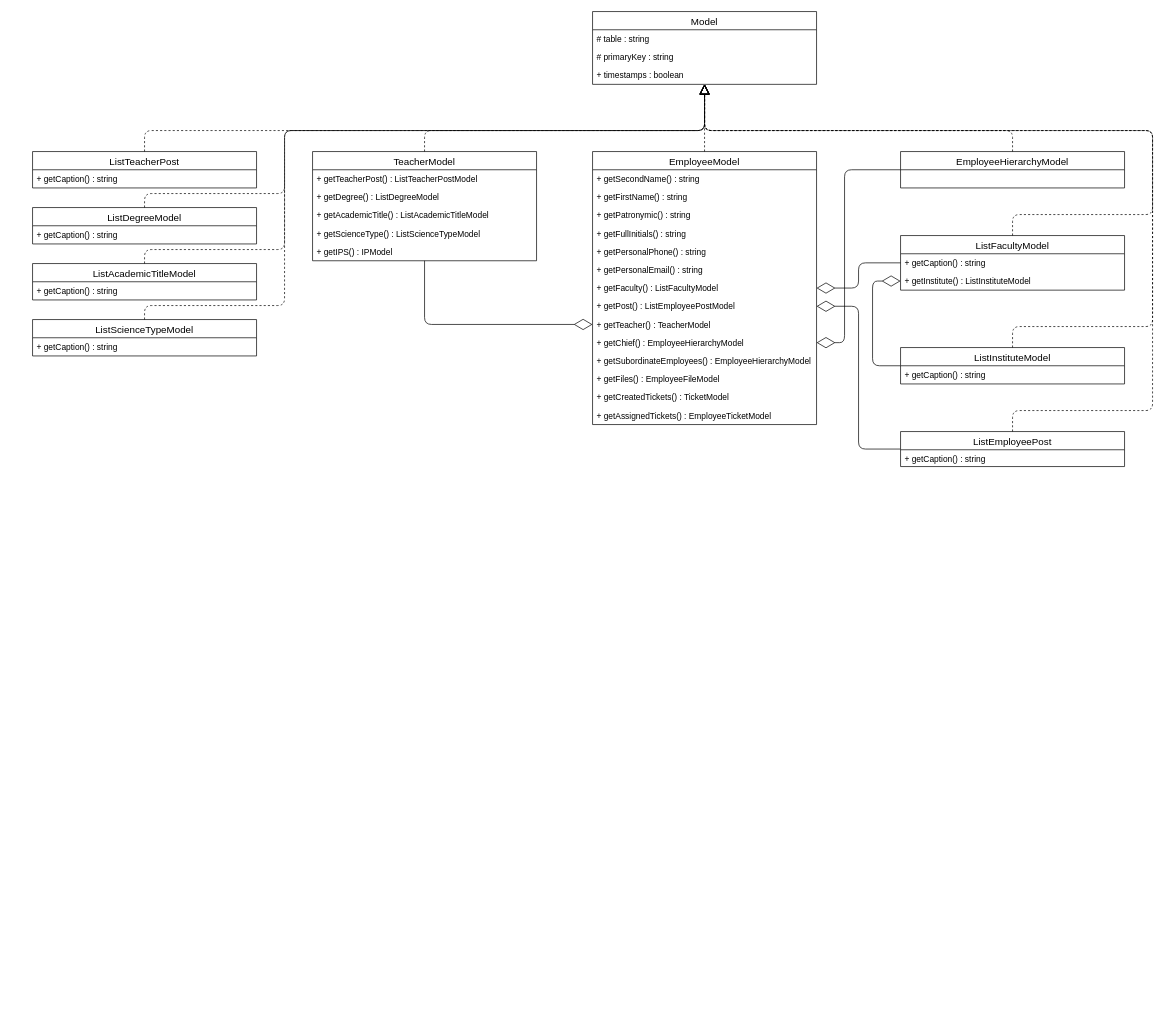
This is page "Сотрудники" (3 of 6) of docs/Пояснительная записка/media/Диаграмма классов/Диаграмма классов.drawio from pmswga/MOSIT-DD, a draw.io file, before an edit. Source tidied: cells renumbered, new cells numbered last; positions are measured from the earlier drawing's top-left corner, leaving out a move shared by most shapes. Both pictures are drawn from the tidied source at 70%, with x=0, y=0 at pixel (32, 11).
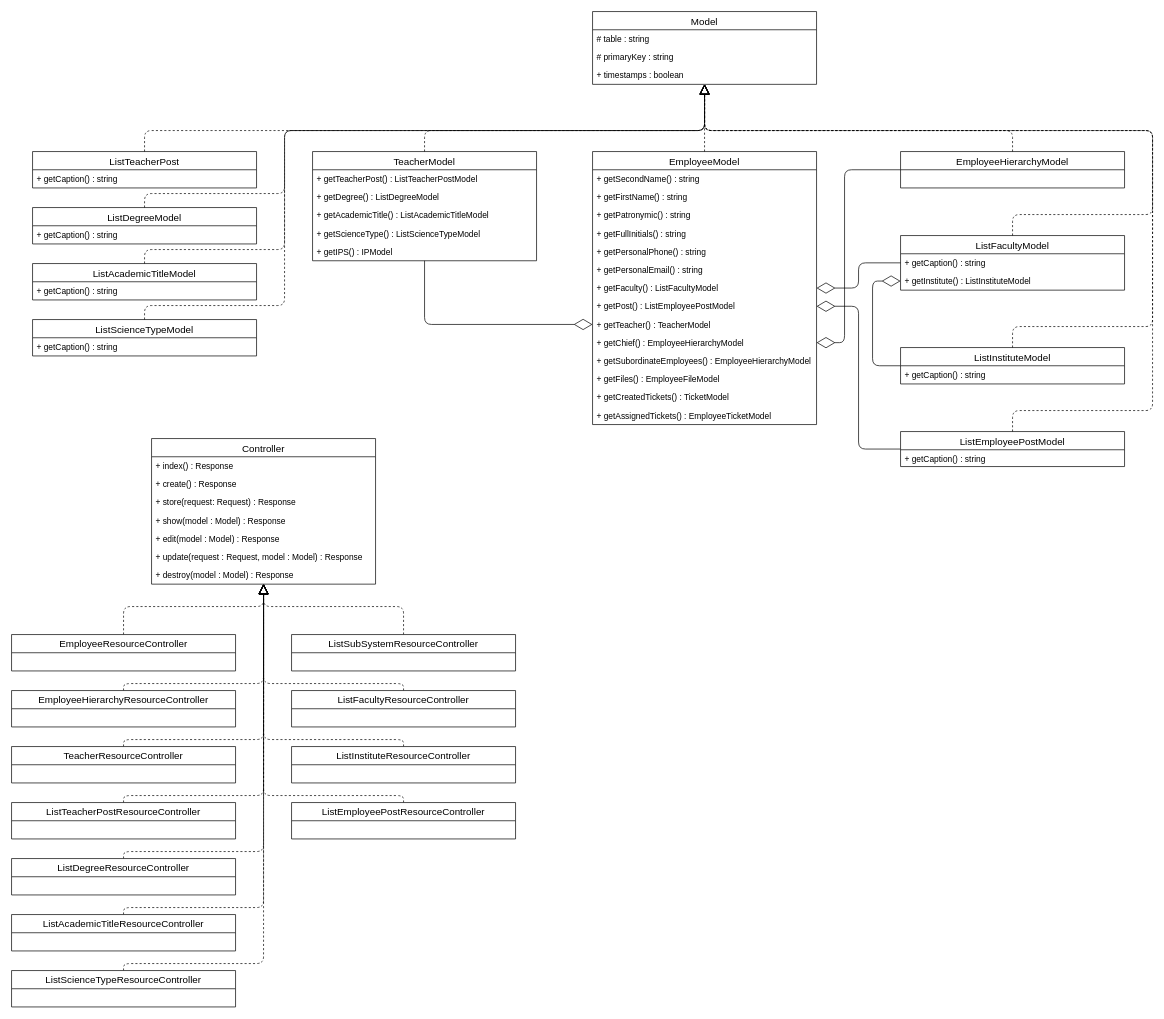
After the change.

The edit, as a diff of the source:
```diff
@@
-    <mxCell id="34" value="ListEmployeePost" style="swimlane;fontStyle=0;horizontal=1;startSize=26;align=center;fontSize=14;" parent="1" vertex="1">
+    <mxCell id="34" value="ListEmployeePostModel" style="swimlane;fontStyle=0;horizontal=1;startSize=26;align=center;fontSize=14;" parent="1" vertex="1">
       <mxGeometry x="1240" y="600" width="320" height="50" as="geometry" />
     </mxCell>
@@
+    <mxCell id="58" style="endArrow=block;dashed=1;endFill=0;endSize=12;html=1;edgeStyle=orthogonalEdgeStyle;" parent="1" edge="1" source="77" target="69">
+      <mxGeometry relative="1" as="geometry">
+        <Array as="points">
+          <mxPoint x="130" y="850" />
+          <mxPoint x="330" y="850" />
+        </Array>
+      </mxGeometry>
+    </mxCell>
+    <mxCell id="59" style="endArrow=block;dashed=1;endFill=0;endSize=12;html=1;edgeStyle=orthogonalEdgeStyle;" parent="1" edge="1" source="78" target="69">
+      <mxGeometry relative="1" as="geometry">
+        <Array as="points">
+          <mxPoint x="530" y="850" />
+          <mxPoint x="330" y="850" />
+        </Array>
+      </mxGeometry>
+    </mxCell>
+    <mxCell id="60" style="endArrow=block;dashed=1;endFill=0;endSize=12;html=1;edgeStyle=orthogonalEdgeStyle;" parent="1" edge="1" source="79" target="69">
+      <mxGeometry relative="1" as="geometry">
+        <Array as="points">
+          <mxPoint x="130" y="960" />
+          <mxPoint x="330" y="960" />
+        </Array>
+      </mxGeometry>
+    </mxCell>
+    <mxCell id="61" style="endArrow=block;dashed=1;endFill=0;endSize=12;html=1;edgeStyle=orthogonalEdgeStyle;" parent="1" edge="1" source="80" target="69">
+      <mxGeometry relative="1" as="geometry">
+        <Array as="points">
+          <mxPoint x="530" y="960" />
+          <mxPoint x="330" y="960" />
+        </Array>
+      </mxGeometry>
+    </mxCell>
+    <mxCell id="62" style="endArrow=block;dashed=1;endFill=0;endSize=12;html=1;edgeStyle=orthogonalEdgeStyle;" parent="1" edge="1" source="83" target="69">
+      <mxGeometry relative="1" as="geometry">
+        <Array as="points">
+          <mxPoint x="130" y="1040" />
+          <mxPoint x="330" y="1040" />
+        </Array>
+      </mxGeometry>
+    </mxCell>
+    <mxCell id="63" style="endArrow=block;dashed=1;endFill=0;endSize=12;html=1;edgeStyle=orthogonalEdgeStyle;" parent="1" edge="1" source="81" target="69">
+      <mxGeometry relative="1" as="geometry">
+        <Array as="points">
+          <mxPoint x="530" y="1040" />
+          <mxPoint x="330" y="1040" />
+        </Array>
+      </mxGeometry>
+    </mxCell>
+    <mxCell id="64" style="endArrow=block;dashed=1;endFill=0;endSize=12;html=1;edgeStyle=orthogonalEdgeStyle;" parent="1" edge="1" source="84" target="69">
+      <mxGeometry relative="1" as="geometry">
+        <Array as="points">
+          <mxPoint x="130" y="1120" />
+          <mxPoint x="330" y="1120" />
+        </Array>
+      </mxGeometry>
+    </mxCell>
+    <mxCell id="65" style="endArrow=block;dashed=1;endFill=0;endSize=12;html=1;edgeStyle=orthogonalEdgeStyle;" parent="1" edge="1" source="85" target="69">
+      <mxGeometry relative="1" as="geometry">
+        <Array as="points">
+          <mxPoint x="130" y="1200" />
+          <mxPoint x="330" y="1200" />
+        </Array>
+      </mxGeometry>
+    </mxCell>
+    <mxCell id="66" style="endArrow=block;dashed=1;endFill=0;endSize=12;html=1;edgeStyle=orthogonalEdgeStyle;" parent="1" edge="1" source="86" target="69">
+      <mxGeometry relative="1" as="geometry">
+        <Array as="points">
+          <mxPoint x="130" y="1280" />
+          <mxPoint x="330" y="1280" />
+        </Array>
+      </mxGeometry>
+    </mxCell>
+    <mxCell id="67" style="endArrow=block;dashed=1;endFill=0;endSize=12;html=1;edgeStyle=orthogonalEdgeStyle;" parent="1" edge="1" source="82" target="69">
+      <mxGeometry relative="1" as="geometry">
+        <Array as="points">
+          <mxPoint x="530" y="1120" />
+          <mxPoint x="330" y="1120" />
+        </Array>
+      </mxGeometry>
+    </mxCell>
+    <mxCell id="68" style="endArrow=block;dashed=1;endFill=0;endSize=12;html=1;edgeStyle=orthogonalEdgeStyle;" parent="1" edge="1" source="87" target="69">
+      <mxGeometry relative="1" as="geometry">
+        <Array as="points">
+          <mxPoint x="130" y="1360" />
+          <mxPoint x="330" y="1360" />
+        </Array>
+      </mxGeometry>
+    </mxCell>
+    <mxCell id="69" value="Controller" style="swimlane;fontStyle=0;horizontal=1;startSize=26;align=center;fontSize=14;" parent="1" vertex="1">
+      <mxGeometry x="170" y="610" width="320" height="208" as="geometry" />
+    </mxCell>
+    <mxCell id="70" value="+ index() : Response" style="text;strokeColor=none;fillColor=none;spacingLeft=4;spacingRight=4;overflow=hidden;fontSize=12;" parent="69" vertex="1">
+      <mxGeometry y="26" width="320" height="26" as="geometry" />
+    </mxCell>
+    <mxCell id="71" value="+ create() : Response" style="text;strokeColor=none;fillColor=none;spacingLeft=4;spacingRight=4;overflow=hidden;fontSize=12;" parent="69" vertex="1">
+      <mxGeometry y="52" width="320" height="26" as="geometry" />
+    </mxCell>
+    <mxCell id="72" value="+ store(request: Request) : Response" style="text;strokeColor=none;fillColor=none;spacingLeft=4;spacingRight=4;overflow=hidden;fontSize=12;" parent="69" vertex="1">
+      <mxGeometry y="78" width="320" height="26" as="geometry" />
+    </mxCell>
+    <mxCell id="73" value="+ show(model : Model) : Response" style="text;strokeColor=none;fillColor=none;spacingLeft=4;spacingRight=4;overflow=hidden;fontSize=12;" parent="69" vertex="1">
+      <mxGeometry y="104" width="320" height="26" as="geometry" />
+    </mxCell>
+    <mxCell id="74" value="+ edit(model : Model) : Response" style="text;strokeColor=none;fillColor=none;spacingLeft=4;spacingRight=4;overflow=hidden;fontSize=12;" parent="69" vertex="1">
+      <mxGeometry y="130" width="320" height="26" as="geometry" />
+    </mxCell>
+    <mxCell id="75" value="+ update(request : Request, model : Model) : Response" style="text;strokeColor=none;fillColor=none;spacingLeft=4;spacingRight=4;overflow=hidden;fontSize=12;" parent="69" vertex="1">
+      <mxGeometry y="156" width="320" height="26" as="geometry" />
+    </mxCell>
+    <mxCell id="76" value="+ destroy(model : Model) : Response" style="text;strokeColor=none;fillColor=none;spacingLeft=4;spacingRight=4;overflow=hidden;fontSize=12;" parent="69" vertex="1">
+      <mxGeometry y="182" width="320" height="26" as="geometry" />
+    </mxCell>
+    <mxCell id="77" value="EmployeeResourceController" style="swimlane;fontStyle=0;horizontal=1;startSize=26;align=center;fontSize=14;" parent="1" vertex="1">
+      <mxGeometry x="-30" y="890" width="320" height="52" as="geometry" />
+    </mxCell>
+    <mxCell id="78" value="ListSubSystemResourceController" style="swimlane;fontStyle=0;horizontal=1;startSize=26;align=center;fontSize=14;" parent="1" vertex="1">
+      <mxGeometry x="370" y="890" width="320" height="52" as="geometry" />
+    </mxCell>
+    <mxCell id="79" value="EmployeeHierarchyResourceController" style="swimlane;fontStyle=0;horizontal=1;startSize=26;align=center;fontSize=14;" parent="1" vertex="1">
+      <mxGeometry x="-30" y="970" width="320" height="52" as="geometry" />
+    </mxCell>
+    <mxCell id="80" value="ListFacultyResourceController" style="swimlane;fontStyle=0;horizontal=1;startSize=26;align=center;fontSize=14;" parent="1" vertex="1">
+      <mxGeometry x="370" y="970" width="320" height="52" as="geometry" />
+    </mxCell>
+    <mxCell id="81" value="ListInstituteResourceController" style="swimlane;fontStyle=0;horizontal=1;startSize=26;align=center;fontSize=14;" parent="1" vertex="1">
+      <mxGeometry x="370" y="1050" width="320" height="52" as="geometry" />
+    </mxCell>
+    <mxCell id="82" value="ListEmployeePostResourceController" style="swimlane;fontStyle=0;horizontal=1;startSize=26;align=center;fontSize=14;" parent="1" vertex="1">
+      <mxGeometry x="370" y="1130" width="320" height="52" as="geometry" />
+    </mxCell>
+    <mxCell id="83" value="TeacherResourceController" style="swimlane;fontStyle=0;horizontal=1;startSize=26;align=center;fontSize=14;" parent="1" vertex="1">
+      <mxGeometry x="-30" y="1050" width="320" height="52" as="geometry" />
+    </mxCell>
+    <mxCell id="84" value="ListTeacherPostResourceController" style="swimlane;fontStyle=0;horizontal=1;startSize=26;align=center;fontSize=14;" parent="1" vertex="1">
+      <mxGeometry x="-30" y="1130" width="320" height="52" as="geometry" />
+    </mxCell>
+    <mxCell id="85" value="ListDegreeResourceController" style="swimlane;fontStyle=0;horizontal=1;startSize=26;align=center;fontSize=14;" parent="1" vertex="1">
+      <mxGeometry x="-30" y="1210" width="320" height="52" as="geometry" />
+    </mxCell>
+    <mxCell id="86" value="ListAcademicTitleResourceController" style="swimlane;fontStyle=0;horizontal=1;startSize=26;align=center;fontSize=14;" parent="1" vertex="1">
+      <mxGeometry x="-30" y="1290" width="320" height="52" as="geometry" />
+    </mxCell>
+    <mxCell id="87" value="ListScienceTypeResourceController" style="swimlane;fontStyle=0;horizontal=1;startSize=26;align=center;fontSize=14;" parent="1" vertex="1">
+      <mxGeometry x="-30" y="1370" width="320" height="52" as="geometry" />
+    </mxCell>
```
